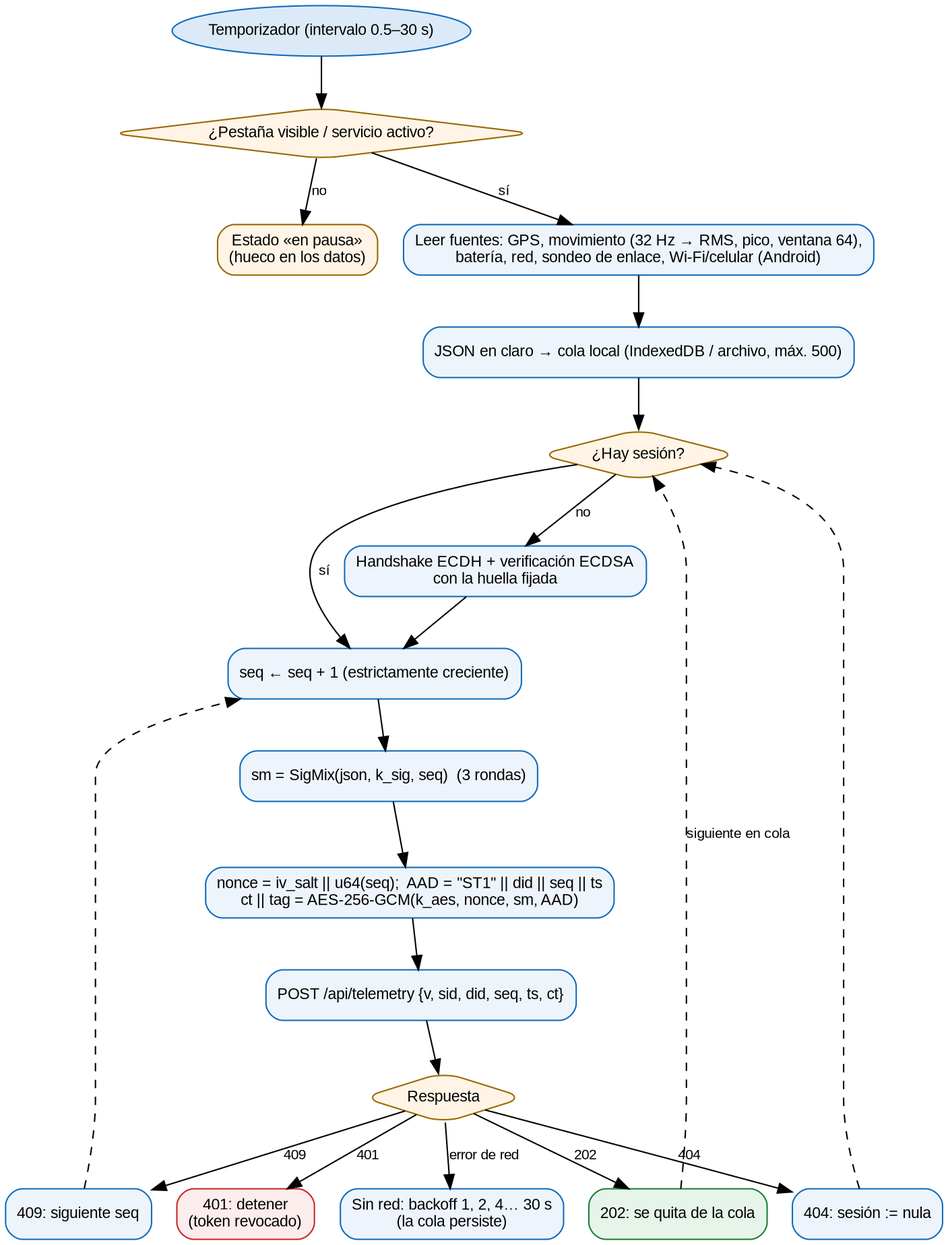
The Graphviz diagram Examen_SignalTrace/docs/diagramas/png/04_envio_paquete.png in yaelrdf/Virologia_Criptografia_UPIICSA, before a commit. Its source is kept beside it as Examen_SignalTrace/docs/diagramas/04_envio_paquete.dot.
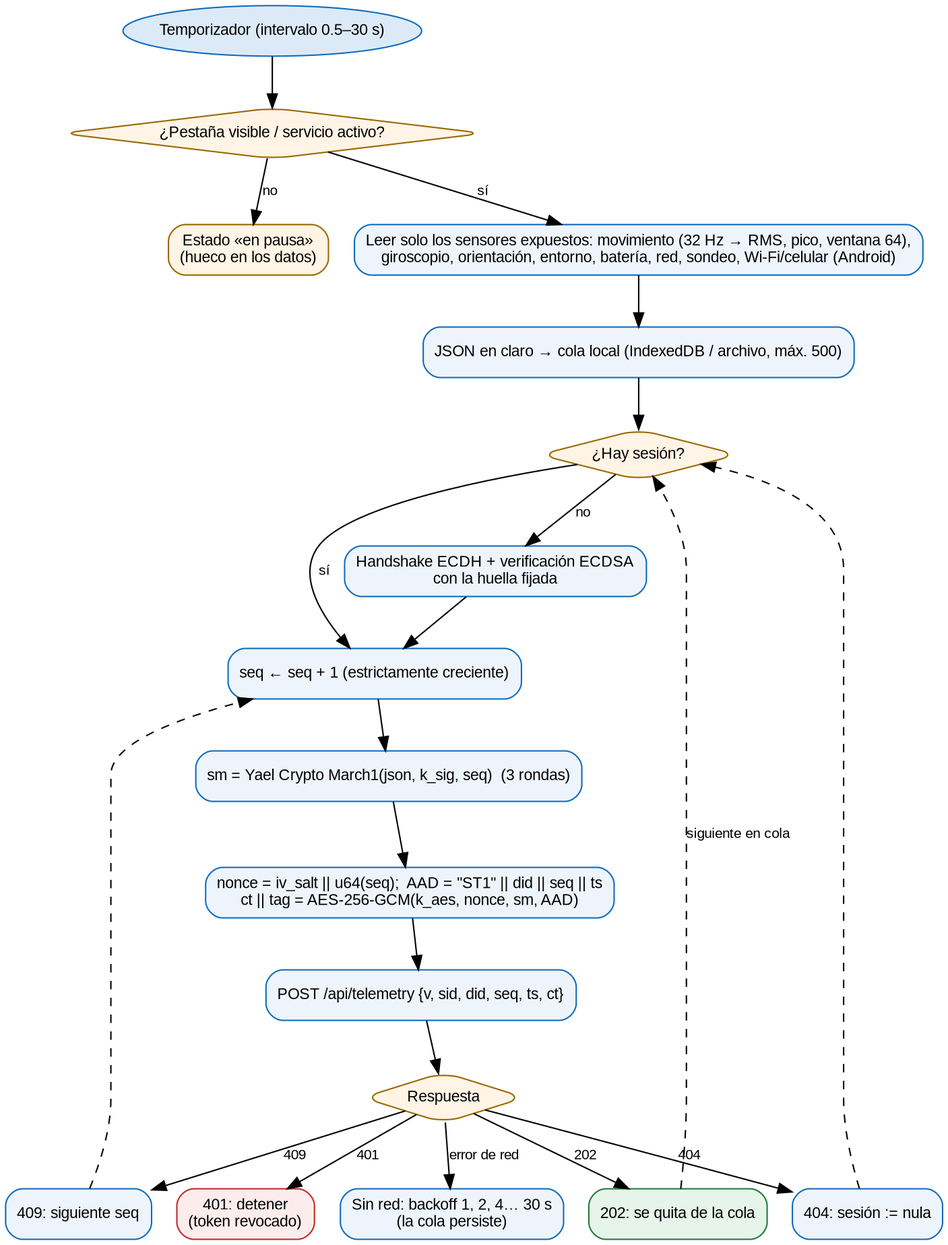
The same diagram one commit later.

Change to the diagram source:
```diff
@@ -3,12 +3,12 @@
   a [label="Temporizador (intervalo 0.5–30 s)", shape=oval, fillcolor="#DCEAF7"];
   vis [label="¿Pestaña visible / servicio activo?", shape=diamond, fillcolor="#FFF4E5", color="#9A6700"];
   pause [label="Estado «en pausa»\n(hueco en los datos)", fillcolor="#FFF4E5", color="#9A6700"];
-  col [label="Leer fuentes: GPS, movimiento (32 Hz → RMS, pico, ventana 64),\nbatería, red, sondeo de enlace, Wi-Fi/celular (Android)"];
+  col [label="Leer solo los sensores expuestos: movimiento (32 Hz → RMS, pico, ventana 64),\ngiroscopio, orientación, entorno, batería, red, sondeo, Wi-Fi/celular (Android)"];
   q [label="JSON en claro → cola local (IndexedDB / archivo, máx. 500)"];
   hs [label="¿Hay sesión?", shape=diamond, fillcolor="#FFF4E5", color="#9A6700"];
   doHs [label="Handshake ECDH + verificación ECDSA\ncon la huella fijada"];
   seq [label="seq ← seq + 1 (estrictamente creciente)"];
-  sm [label="sm = SigMix(json, k_sig, seq)  (3 rondas)"];
+  sm [label="sm = Yael Crypto March1(json, k_sig, seq)  (3 rondas)"];
   ae [label="nonce = iv_salt || u64(seq);  AAD = \"ST1\" || did || seq || ts\nct || tag = AES-256-GCM(k_aes, nonce, sm, AAD)"];
   post [label="POST /api/telemetry {v, sid, did, seq, ts, ct}"];
   res [label="Respuesta", shape=diamond, fillcolor="#FFF4E5", color="#9A6700"];
```
